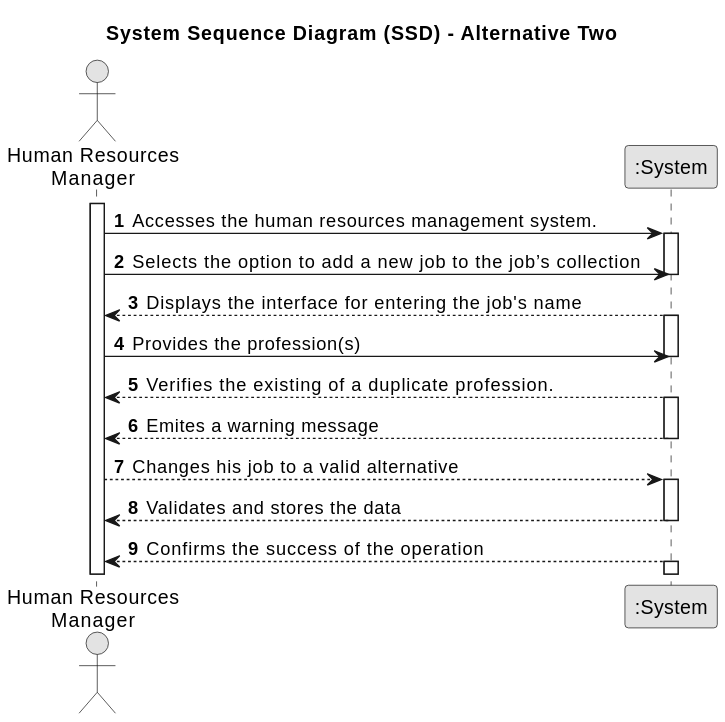
This is docs/sprintA/us002/01.requirements-engineering/svg/us002-system-sequence-diagram-alternative-two-System_Sequence_Diagram__SSD____Alternative_Two.svg from SAEmanuel/Green_Spaces_Management_ISEP, a PlantUML export, as it was before one commit.
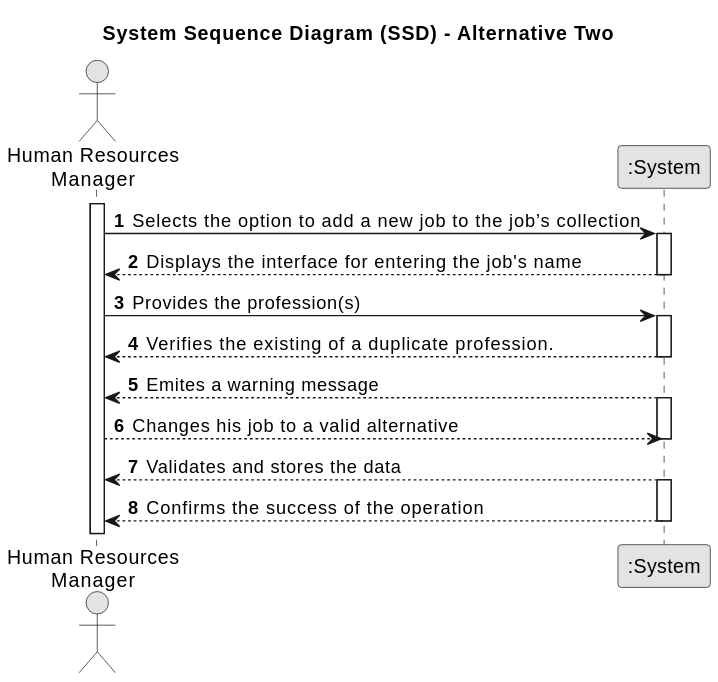
After the commit.

Change to the diagram source:
```diff
@@ -12,30 +12,28 @@
 
 activate HRM
 
-    HRM -> System : Accesses the human resources management system.
+
+     HRM -> System : Selects the option to add a new job to the job’s collection
     activate System
 
-     HRM -> System : Selects the option to add a new job to the job’s collection
+        System --> HRM : Displays the interface for entering the job's name
     deactivate System
 
-        System --> HRM : Displays the interface for entering the job's name
+        HRM -> System : Provides the profession(s)
     activate System
 
-        HRM -> System : Provides the profession(s)
+    System --> HRM : Verifies the existing of a duplicate profession.
+        deactivate System
+
+    System --> HRM : Emites a warning message
+    activate System
+
+        HRM --> System : Changes his job to a valid alternative
     deactivate System
 
-    System --> HRM : Verifies the existing of a duplicate profession.
-        activate System
-
-    System --> HRM : Emites a warning message
-    deactivate System
-
-        HRM --> System : Changes his job to a valid alternative
-    activate System
-
      System --> HRM : Validates and stores the data
-     deactivate System
+     activate System
 
      System --> HRM : Confirms the success of the operation
-     activate System
+     deactivate System
 @enduml
```
